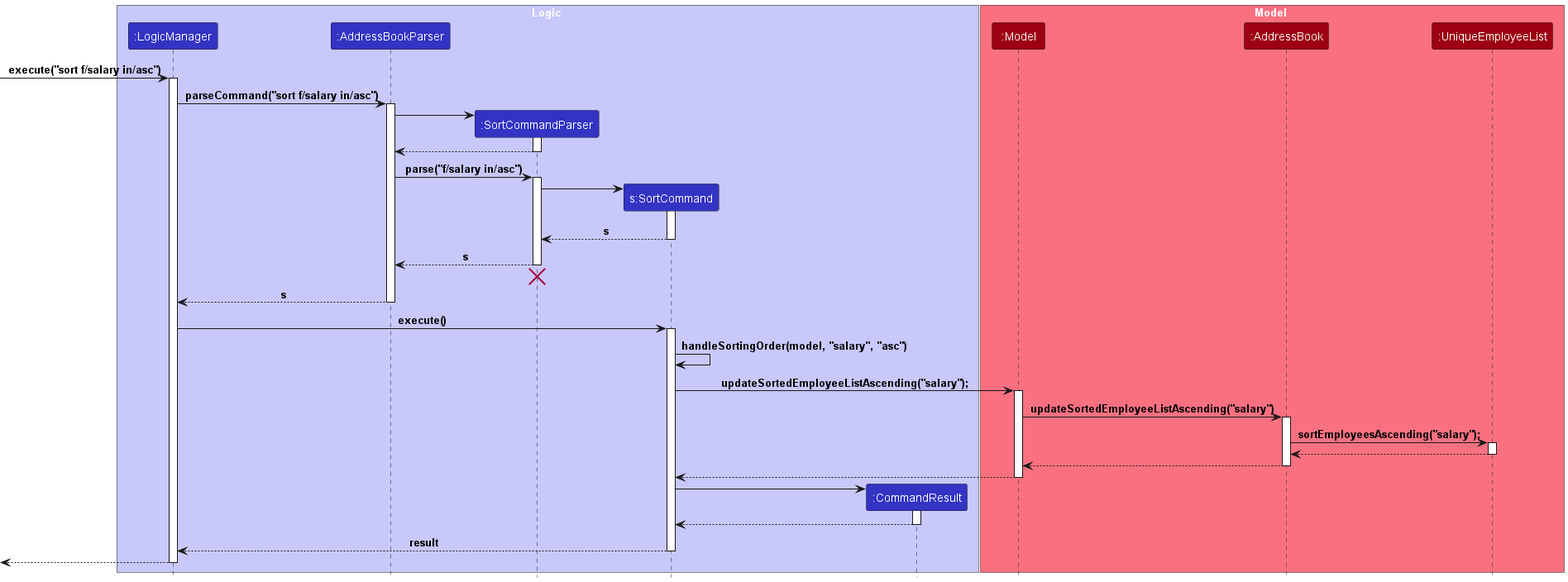
Above: docs/images/SortSequenceDiagram.png in nus-cs2103-AY2324S1/tp (PlantUML), before the change.
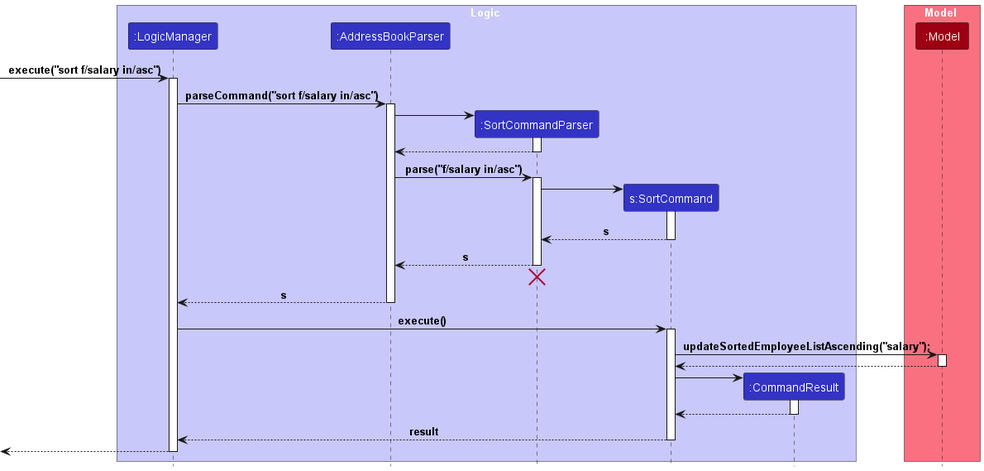
After the commit.

Commit message:
Simplify sort sequence diagram

Diff of the diagram source:
```diff
@@ -11,8 +11,6 @@
 
 box Model MODEL_COLOR_T1
 participant ":Model" as Model MODEL_COLOR
-participant ":AddressBook" as AddressBook MODEL_COLOR
-participant ":UniqueEmployeeList" as UniqueEmployeeList MODEL_COLOR
 end box
 [-> LogicManager : execute("sort f/salary in/asc")
 activate LogicManager
@@ -49,22 +47,8 @@
 LogicManager -> SortCommand : execute()
 activate SortCommand
 
-SortCommand -> SortCommand : handleSortingOrder(model, "salary", "asc")
-
 SortCommand -> Model : updateSortedEmployeeListAscending("salary");
 activate Model
-
-Model -> AddressBook : updateSortedEmployeeListAscending("salary")
-activate AddressBook
-
-AddressBook -> UniqueEmployeeList : sortEmployeesAscending("salary");
-activate UniqueEmployeeList
-
-UniqueEmployeeList --> AddressBook
-deactivate UniqueEmployeeList
-
-AddressBook --> Model
-deactivate AddressBook
 
 Model --> SortCommand
 deactivate Model
```
